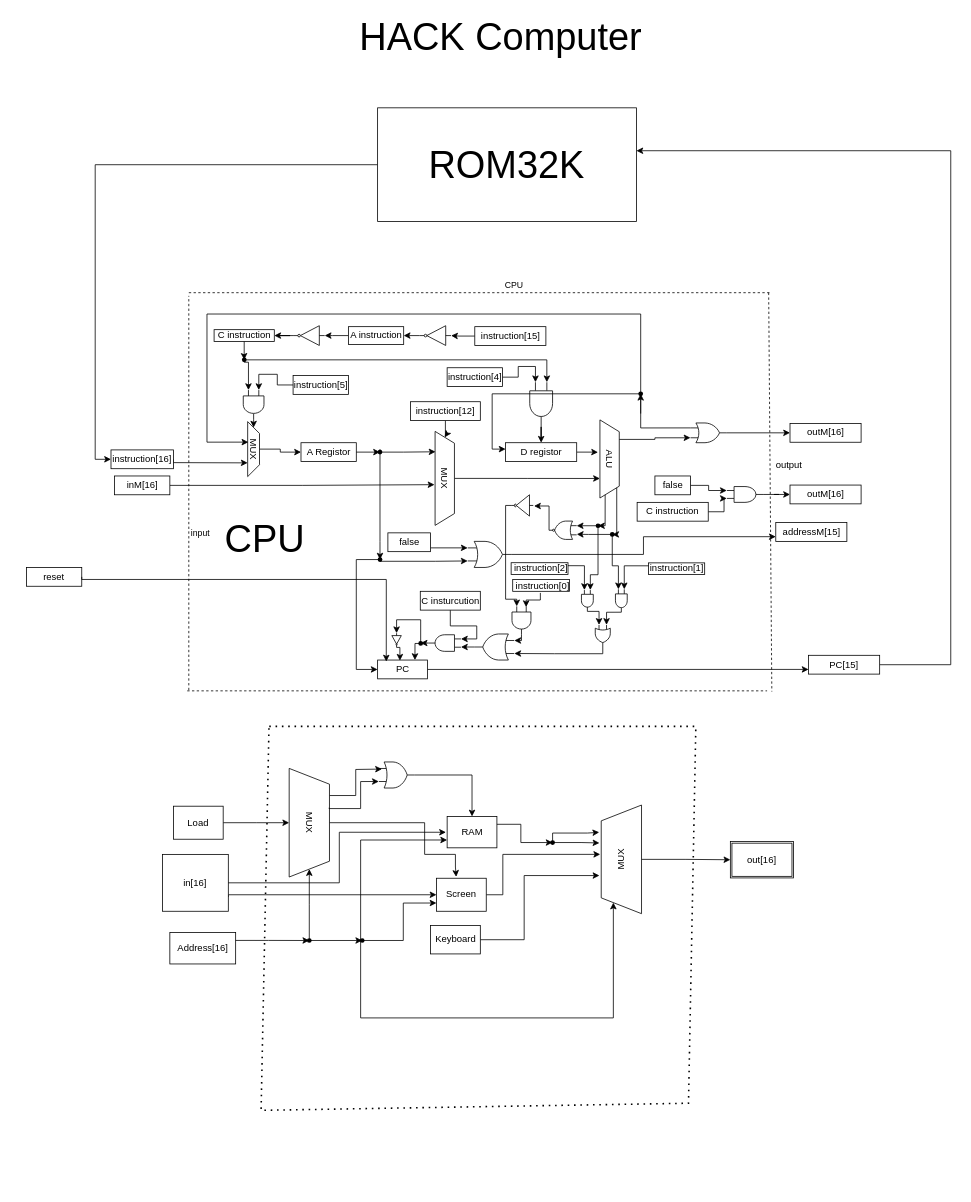
Before: 未命名绘图.drawio in JayPhoenix-aco/jay, a draw.io diagram. Source tidied: cells renumbered, new cells numbered last; positions are measured from the earlier drawing's top-left corner, leaving out a move shared by most shapes. Both pictures are drawn from the tidied source at 79%, with x=0, y=0 at pixel (26, 15).
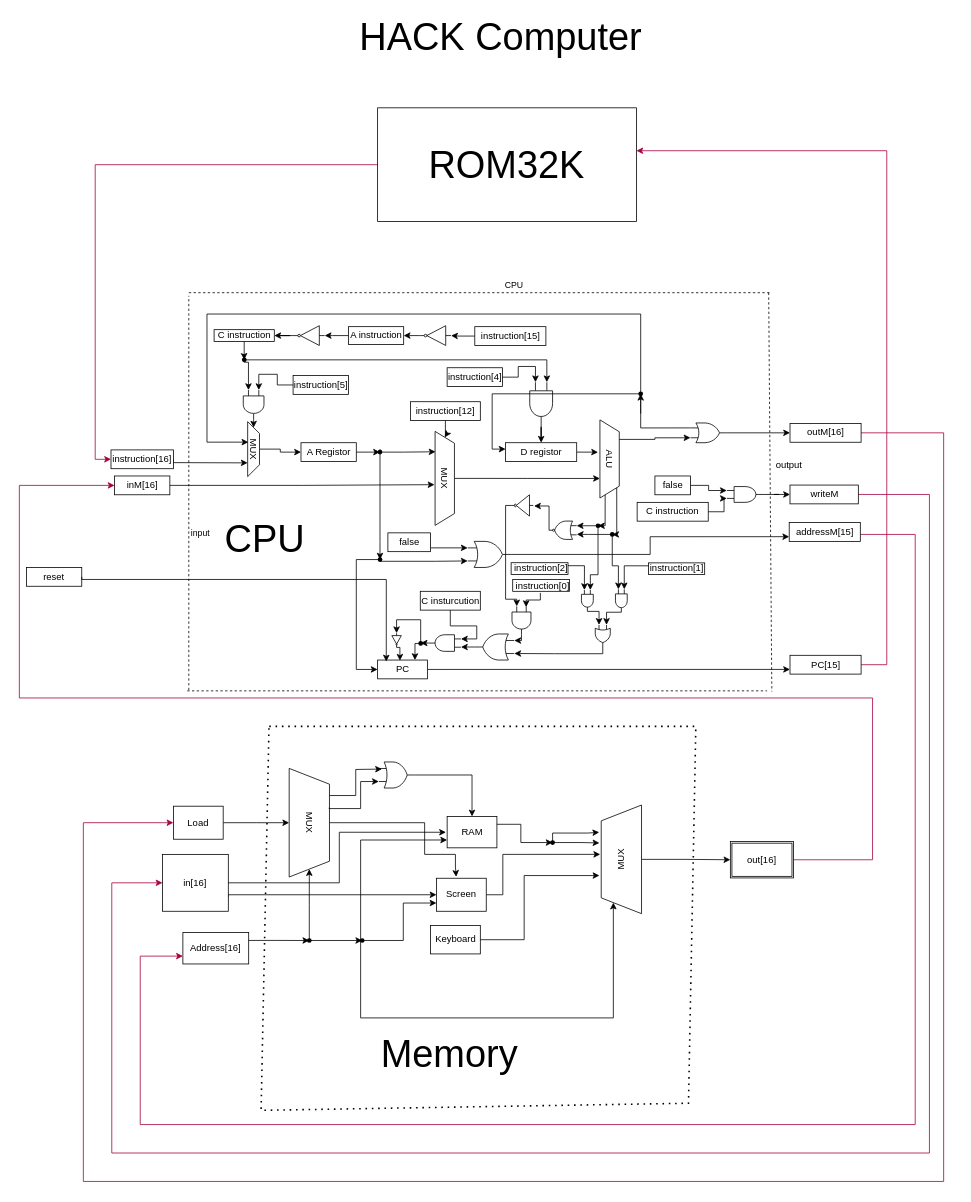
The same page after the edit.

Commit message (it also covers changes not shown here):
更新未命名绘图.drawio

Unchanged cells that the change refers to:
```xml
<mxCell id="18" value="instruction[16]" style="whiteSpace=wrap;html=1;" parent="1" vertex="1">
  <mxGeometry x="107" y="550" width="79.1" height="23.8" as="geometry" />
</mxCell>
<mxCell id="25" value="inM[16]" style="whiteSpace=wrap;html=1;" parent="1" vertex="1">
  <mxGeometry x="111.5" y="583" width="70" height="23.8" as="geometry" />
</mxCell>
<mxCell id="61" value="outM[16]" style="whiteSpace=wrap;html=1;" parent="1" vertex="1">
  <mxGeometry x="966.5" y="516.5" width="90" height="23.8" as="geometry" />
</mxCell>
<mxCell id="117" value="&lt;font style=&quot;font-size: 48px;&quot;&gt;ROM32K&lt;/font&gt;" style="rounded=0;whiteSpace=wrap;html=1;" parent="1" vertex="1">
  <mxGeometry x="444.5" y="117" width="327.6" height="144" as="geometry" />
</mxCell>
<mxCell id="134" value="Load" style="whiteSpace=wrap;html=1;" parent="1" vertex="1">
  <mxGeometry x="186" y="1001" width="63" height="41.8" as="geometry" />
</mxCell>
<mxCell id="138" value="in[16]" style="whiteSpace=wrap;html=1;" parent="1" vertex="1">
  <mxGeometry x="172.2" y="1062" width="83.3" height="72" as="geometry" />
</mxCell>
<mxCell id="149" value="out[16]" style="shape=ext;double=1;rounded=0;whiteSpace=wrap;html=1;" parent="1" vertex="1">
  <mxGeometry x="891" y="1045.8" width="80" height="46" as="geometry" />
</mxCell>
```

The edit, as a diff of the source:
```diff
@@
+    <mxCell id="151" style="edgeStyle=orthogonalEdgeStyle;rounded=0;jettySize=auto;html=1;entryX=0;entryY=0.75;entryDx=0;entryDy=0;fillColor=#d80073;strokeColor=#A50040;" parent="1" edge="1" source="53" target="132">
+      <mxGeometry relative="1" as="geometry">
+        <Array as="points">
+          <mxPoint x="1125" y="657" />
+          <mxPoint x="1125" y="1404" />
+          <mxPoint x="144" y="1404" />
+          <mxPoint x="144" y="1191" />
+        </Array>
+      </mxGeometry>
+    </mxCell>
     <mxCell id="53" value="addressM[15]" style="whiteSpace=wrap;html=1;" parent="1" vertex="1">
-      <mxGeometry x="948.5" y="642" width="90" height="23.8" as="geometry" />
+      <mxGeometry x="965.5" y="642" width="90" height="23.8" as="geometry" />
     </mxCell>
@@
+    <mxCell id="152" style="edgeStyle=orthogonalEdgeStyle;rounded=0;jettySize=auto;html=1;exitX=1;exitY=0.5;exitDx=0;exitDy=0;entryX=0;entryY=0.5;entryDx=0;entryDy=0;fillColor=#d80073;strokeColor=#A50040;" parent="1" edge="1" source="61" target="134">
+      <mxGeometry relative="1" as="geometry">
+        <Array as="points">
+          <mxPoint x="1161" y="528" />
+          <mxPoint x="1161" y="1476" />
+          <mxPoint x="72" y="1476" />
+          <mxPoint x="72" y="1022" />
+        </Array>
+      </mxGeometry>
+    </mxCell>
@@
+    <mxCell id="153" style="edgeStyle=orthogonalEdgeStyle;rounded=0;jettySize=auto;html=1;exitX=1;exitY=0.5;exitDx=0;exitDy=0;entryX=0;entryY=0.5;entryDx=0;entryDy=0;fillColor=#d80073;strokeColor=#A50040;" parent="1" edge="1" source="68" target="138">
+      <mxGeometry relative="1" as="geometry">
+        <Array as="points">
+          <mxPoint x="1143" y="606" />
+          <mxPoint x="1143" y="1440" />
+          <mxPoint x="108" y="1440" />
+          <mxPoint x="108" y="1098" />
+        </Array>
+      </mxGeometry>
+    </mxCell>
-    <mxCell id="68" value="outM[16]" style="whiteSpace=wrap;html=1;" parent="1" vertex="1">
-      <mxGeometry x="966.5" y="594.5" width="90" height="23.8" as="geometry" />
+    <mxCell id="68" value="writeM" style="whiteSpace=wrap;html=1;" parent="1" vertex="1">
+      <mxGeometry x="966.5" y="594.5" width="86.5" height="23.8" as="geometry" />
     </mxCell>
@@
-    <mxCell id="105" style="edgeStyle=orthogonalEdgeStyle;rounded=0;jettySize=auto;html=1;entryX=1;entryY=0.377;entryDx=0;entryDy=0;entryPerimeter=0;" parent="1" edge="1" source="106" target="117">
+    <mxCell id="105" style="edgeStyle=orthogonalEdgeStyle;rounded=0;jettySize=auto;html=1;entryX=1;entryY=0.377;entryDx=0;entryDy=0;entryPerimeter=0;fillColor=#d80073;strokeColor=#A50040;" parent="1" edge="1" source="106" target="117">
       <mxGeometry relative="1" as="geometry">
         <Array as="points">
-          <mxPoint x="1170" y="822" />
-          <mxPoint x="1170" y="171" />
+          <mxPoint x="1089" y="822" />
+          <mxPoint x="1089" y="171" />
         </Array>
       </mxGeometry>
     </mxCell>
     <mxCell id="106" value="PC[15]" style="whiteSpace=wrap;html=1;" parent="1" vertex="1">
-      <mxGeometry x="990" y="810" width="90" height="23.8" as="geometry" />
+      <mxGeometry x="966.5" y="810" width="90" height="23.8" as="geometry" />
     </mxCell>
@@
-    <mxCell id="116" style="edgeStyle=orthogonalEdgeStyle;rounded=0;jettySize=auto;html=1;exitX=0;exitY=0.5;exitDx=0;exitDy=0;entryX=0;entryY=0.5;entryDx=0;entryDy=0;" parent="1" edge="1" source="117" target="18">
+    <mxCell id="116" style="edgeStyle=orthogonalEdgeStyle;rounded=0;jettySize=auto;html=1;exitX=0;exitY=0.5;exitDx=0;exitDy=0;entryX=0;entryY=0.5;entryDx=0;entryDy=0;fillColor=#d80073;strokeColor=#A50040;" parent="1" edge="1" source="117" target="18">
       <mxGeometry relative="1" as="geometry" />
     </mxCell>
@@
     <mxCell id="132" value="Address[16]" style="whiteSpace=wrap;html=1;" parent="1" vertex="1">
-      <mxGeometry x="181.5" y="1161" width="83.3" height="39.7" as="geometry" />
+      <mxGeometry x="198" y="1161" width="83.3" height="39.7" as="geometry" />
     </mxCell>
@@
+    <mxCell id="154" style="edgeStyle=orthogonalEdgeStyle;rounded=0;jettySize=auto;html=1;entryX=0;entryY=0.5;entryDx=0;entryDy=0;fillColor=#d80073;strokeColor=#A50040;" parent="1" edge="1" source="149" target="25">
+      <mxGeometry relative="1" as="geometry">
+        <Array as="points">
+          <mxPoint x="1071" y="1069" />
+          <mxPoint x="1071" y="864" />
+          <mxPoint x="-9" y="864" />
+          <mxPoint x="-9" y="595" />
+        </Array>
+      </mxGeometry>
+    </mxCell>
@@
+    <mxCell id="155" value="&lt;font style=&quot;font-size: 48px;&quot;&gt;Memory&lt;/font&gt;" style="text;strokeColor=none;align=center;fillColor=none;html=1;verticalAlign=middle;whiteSpace=wrap;rounded=0;" parent="1" vertex="1">
+      <mxGeometry x="351" y="1269" width="369" height="90" as="geometry" />
+    </mxCell>
```
